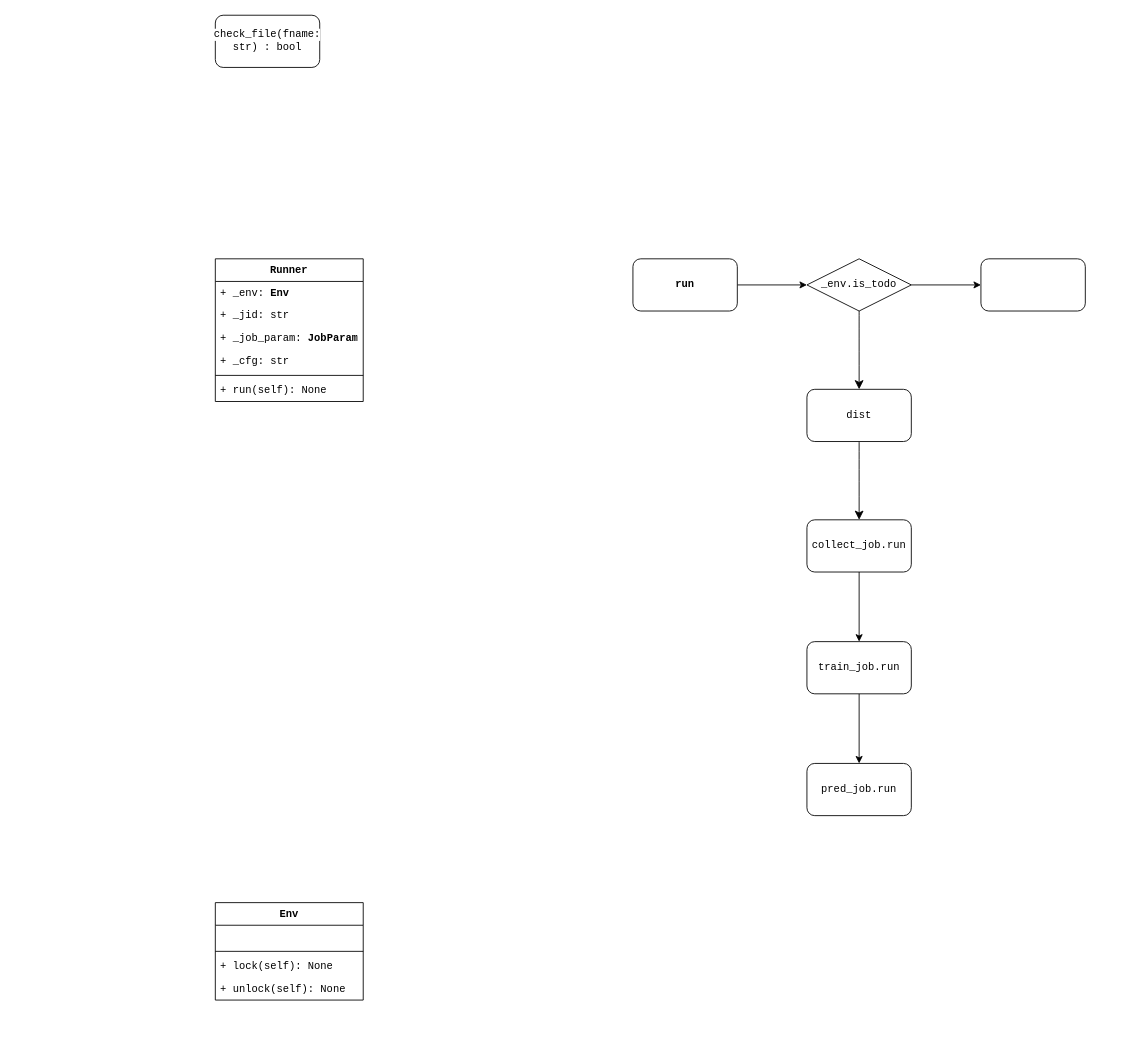
Above: tongdengfund/ppl.drawio in mistyeye11/drawio (draw.io), before the change. Source tidied: cells renumbered, new cells numbered last; positions are measured from the earlier drawing's top-left corner, leaving out a move shared by most shapes. Both pictures are drawn from the tidied source at 87%, with x=0, y=0 at pixel (215, 15).
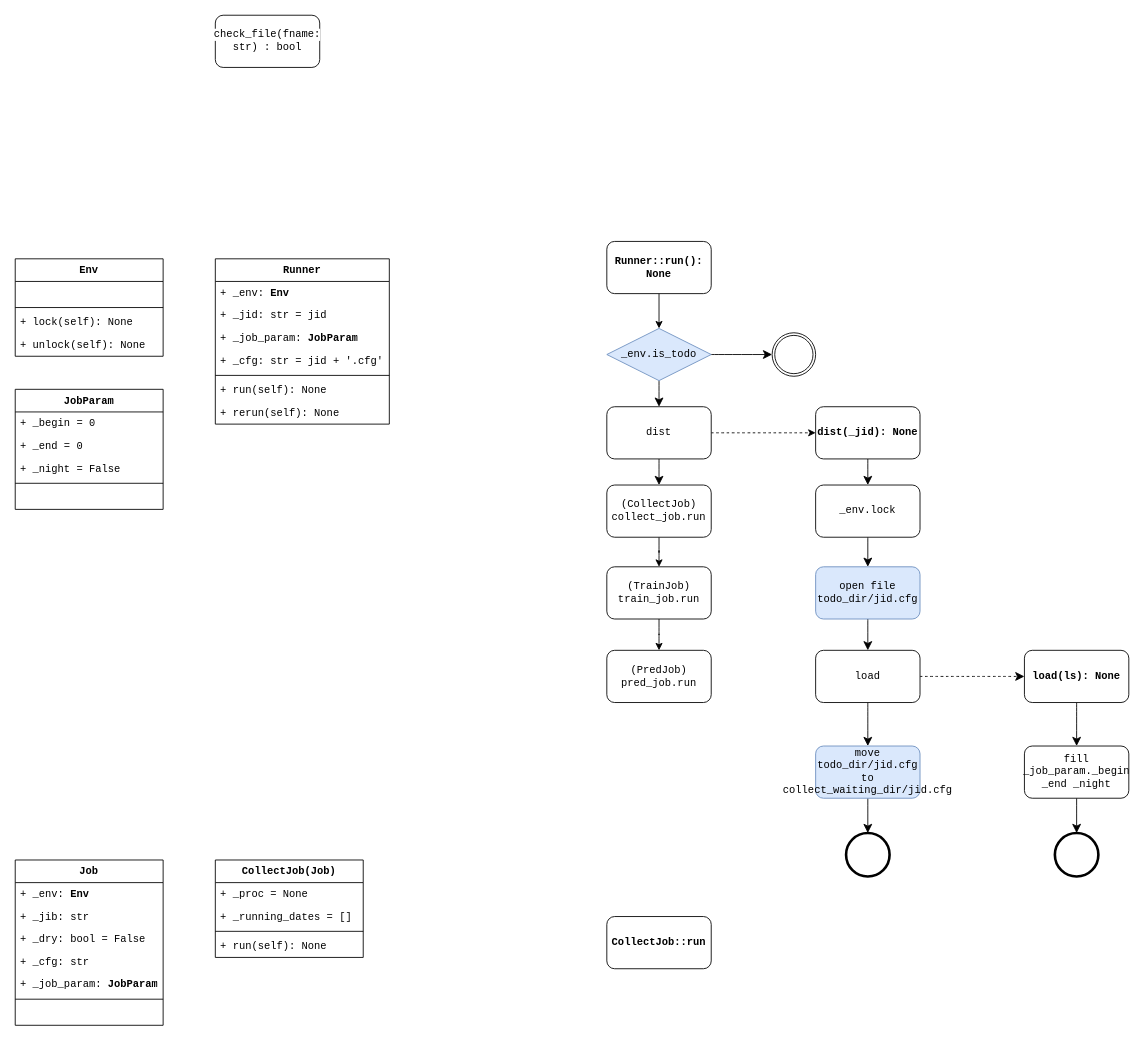
Above is the later version.

What changed in the source:
```diff
@@
-    <mxCell id="3" value="run" style="rounded=1;whiteSpace=wrap;html=1;fontFamily=Courier New;fontStyle=1;strokeColor=default;align=center;verticalAlign=middle;fontSize=12;fontColor=default;fillColor=default;" parent="1" vertex="1">
-      <mxGeometry x="480" y="280" width="120" height="60" as="geometry" />
+    <mxCell id="3" value="Runner::run(): None" style="rounded=1;whiteSpace=wrap;html=1;fontFamily=Courier New;fontStyle=1;strokeColor=default;align=center;verticalAlign=middle;fontSize=12;fontColor=default;fillColor=default;" parent="1" vertex="1">
+      <mxGeometry x="450" y="260" width="120" height="60" as="geometry" />
     </mxCell>
-    <mxCell id="4" style="edgeStyle=orthogonalEdgeStyle;rounded=1;jettySize=auto;html=1;fontFamily=Courier New;strokeColor=default;align=center;verticalAlign=middle;fontSize=12;fontColor=default;fillColor=default;" parent="1" edge="1" source="6" target="12">
-      <mxGeometry relative="1" as="geometry" />
-    </mxCell>
@@
+    <mxCell id="28" style="edgeStyle=none;curved=1;rounded=0;jettySize=auto;html=1;fontSize=12;startSize=8;endSize=8;" parent="1" edge="1" source="6" target="44">
+      <mxGeometry relative="1" as="geometry" />
+    </mxCell>
-    <mxCell id="6" value="_env.is_todo" style="whiteSpace=wrap;html=1;rounded=0;shape=rhombus;perimeter=rhombusPerimeter;fontFamily=Courier New;strokeColor=default;align=center;verticalAlign=middle;fontSize=12;fontColor=default;fillColor=default;" parent="1" vertex="1">
-      <mxGeometry x="680" y="280" width="120" height="60" as="geometry" />
+    <mxCell id="6" value="&lt;div&gt;_env.is_todo&lt;/div&gt;" style="whiteSpace=wrap;html=1;rounded=0;shape=rhombus;perimeter=rhombusPerimeter;fontFamily=Courier New;strokeColor=#6c8ebf;align=center;verticalAlign=middle;fontSize=12;fillColor=#dae8fc;" parent="1" vertex="1">
+      <mxGeometry x="450" y="360" width="120" height="60" as="geometry" />
     </mxCell>
@@
-    <mxCell id="8" value="&lt;font style=&quot;font-size: 12px;&quot;&gt;collect_job.run&lt;/font&gt;" style="whiteSpace=wrap;html=1;rounded=1;fontFamily=Courier New;strokeColor=default;align=center;verticalAlign=middle;fontSize=12;fontColor=default;fillColor=default;direction=west;" parent="1" vertex="1">
-      <mxGeometry x="680" y="580" width="120" height="60" as="geometry" />
+    <mxCell id="8" value="(CollectJob) &lt;font style=&quot;font-size: 12px;&quot;&gt;collect_job.run&lt;/font&gt;" style="whiteSpace=wrap;html=1;rounded=1;fontFamily=Courier New;strokeColor=default;align=center;verticalAlign=middle;fontSize=12;fontColor=default;fillColor=default;direction=west;" parent="1" vertex="1">
+      <mxGeometry x="450" y="540" width="120" height="60" as="geometry" />
     </mxCell>
@@
-    <mxCell id="10" value="train_job.run" style="whiteSpace=wrap;html=1;rounded=1;fontFamily=Courier New;strokeColor=default;align=center;verticalAlign=middle;fontSize=12;fontColor=default;fillColor=default;" parent="1" vertex="1">
-      <mxGeometry x="680" y="720" width="120" height="60" as="geometry" />
+    <mxCell id="10" value="(TrainJob)&lt;br&gt;&lt;div&gt;train_job.run&lt;/div&gt;" style="whiteSpace=wrap;html=1;rounded=1;fontFamily=Courier New;strokeColor=default;align=center;verticalAlign=middle;fontSize=12;fontColor=default;fillColor=default;" parent="1" vertex="1">
+      <mxGeometry x="450" y="634" width="120" height="60" as="geometry" />
     </mxCell>
-    <mxCell id="11" value="pred_job.run" style="whiteSpace=wrap;html=1;rounded=1;fontFamily=Courier New;strokeColor=default;align=center;verticalAlign=middle;fontSize=12;fontColor=default;fillColor=default;" parent="1" vertex="1">
-      <mxGeometry x="680" y="860" width="120" height="60" as="geometry" />
+    <mxCell id="11" value="&lt;div&gt;(PredJob)&lt;br&gt;&lt;/div&gt;&lt;div&gt;pred_job.run&lt;/div&gt;" style="whiteSpace=wrap;html=1;rounded=1;fontFamily=Courier New;strokeColor=default;align=center;verticalAlign=middle;fontSize=12;fontColor=default;fillColor=default;" parent="1" vertex="1">
+      <mxGeometry x="450" y="730" width="120" height="60" as="geometry" />
     </mxCell>
-    <mxCell id="12" style="whiteSpace=wrap;html=1;fontFamily=Courier New;rounded=1;strokeColor=default;align=center;verticalAlign=middle;fontSize=12;fontColor=default;fillColor=default;" parent="1" vertex="1">
-      <mxGeometry x="880" y="280" width="120" height="60" as="geometry" />
-    </mxCell>
@@
+    <mxCell id="29" style="edgeStyle=none;curved=1;rounded=0;jettySize=auto;html=1;fontSize=12;dashed=1;" parent="1" edge="1" source="15" target="53">
+      <mxGeometry relative="1" as="geometry" />
+    </mxCell>
     <mxCell id="15" value="dist" style="whiteSpace=wrap;html=1;fontSize=12;fontFamily=Courier New;rounded=1;" parent="1" vertex="1">
-      <mxGeometry x="680" y="430" width="120" height="60" as="geometry" />
+      <mxGeometry x="450" y="450" width="120" height="60" as="geometry" />
     </mxCell>
     <mxCell id="16" value="&lt;div style=&quot;font-size: 12px;&quot;&gt;Runner&lt;/div&gt;" style="swimlane;fontStyle=1;align=center;verticalAlign=top;horizontal=1;startSize=26;whiteSpace=wrap;html=1;fontSize=12;fontFamily=Courier New;" parent="1" vertex="1">
-      <mxGeometry y="280" width="170" height="164" as="geometry" />
+      <mxGeometry y="280" width="200" height="190" as="geometry" />
     </mxCell>
     <mxCell id="17" value="+ _env: &lt;b&gt;Env&lt;/b&gt;" style="text;strokeColor=none;fillColor=none;align=left;verticalAlign=top;spacingLeft=4;spacingRight=4;overflow=hidden;whiteSpace=wrap;html=1;fontSize=12;fontFamily=Courier New;" parent="16" vertex="1">
-      <mxGeometry y="26" width="170" height="26" as="geometry" />
+      <mxGeometry y="26" width="200" height="26" as="geometry" />
     </mxCell>
-    <mxCell id="18" value="+ _jid: str" style="text;strokeColor=none;fillColor=none;align=left;verticalAlign=top;spacingLeft=4;spacingRight=4;overflow=hidden;whiteSpace=wrap;html=1;fontSize=12;fontFamily=Courier New;" parent="16" vertex="1">
-      <mxGeometry y="52" width="170" height="26" as="geometry" />
+    <mxCell id="18" value="+ _jid: str = jid" style="text;strokeColor=none;fillColor=none;align=left;verticalAlign=top;spacingLeft=4;spacingRight=4;overflow=hidden;whiteSpace=wrap;html=1;fontSize=12;fontFamily=Courier New;" parent="16" vertex="1">
+      <mxGeometry y="52" width="200" height="26" as="geometry" />
     </mxCell>
     <mxCell id="19" value="+ _job_param: &lt;b&gt;JobParam&lt;/b&gt;" style="text;strokeColor=none;fillColor=none;align=left;verticalAlign=top;spacingLeft=4;spacingRight=4;overflow=hidden;whiteSpace=wrap;html=1;fontSize=12;fontFamily=Courier New;" parent="16" vertex="1">
-      <mxGeometry y="78" width="170" height="26" as="geometry" />
+      <mxGeometry y="78" width="200" height="26" as="geometry" />
     </mxCell>
-    <mxCell id="20" value="+ _cfg: str" style="text;strokeColor=none;fillColor=none;align=left;verticalAlign=top;spacingLeft=4;spacingRight=4;overflow=hidden;whiteSpace=wrap;html=1;fontSize=12;fontFamily=Courier New;" parent="16" vertex="1">
-      <mxGeometry y="104" width="170" height="26" as="geometry" />
+    <mxCell id="20" value="+ _cfg: str = jid + '.cfg'" style="text;strokeColor=none;fillColor=none;align=left;verticalAlign=top;spacingLeft=4;spacingRight=4;overflow=hidden;whiteSpace=wrap;html=1;fontSize=12;fontFamily=Courier New;" parent="16" vertex="1">
+      <mxGeometry y="104" width="200" height="26" as="geometry" />
     </mxCell>
     <mxCell id="21" style="line;strokeWidth=1;fillColor=none;align=left;verticalAlign=middle;spacingTop=-1;spacingLeft=3;spacingRight=3;labelPosition=right;strokeColor=inherit;fontSize=12;fontFamily=Courier New;" parent="16" vertex="1">
-      <mxGeometry y="130" width="170" height="8" as="geometry" />
+      <mxGeometry y="130" width="200" height="8" as="geometry" />
     </mxCell>
     <mxCell id="22" value="+ run(self): None" style="text;strokeColor=none;fillColor=none;align=left;verticalAlign=top;spacingLeft=4;spacingRight=4;overflow=hidden;whiteSpace=wrap;html=1;fontSize=12;fontFamily=Courier New;" parent="16" vertex="1">
-      <mxGeometry y="138" width="170" height="26" as="geometry" />
+      <mxGeometry y="138" width="200" height="26" as="geometry" />
     </mxCell>
+    <mxCell id="30" value="+ rerun(self): None" style="text;strokeColor=none;fillColor=none;align=left;verticalAlign=top;spacingLeft=4;spacingRight=4;overflow=hidden;whiteSpace=wrap;html=1;fontSize=12;fontFamily=Courier New;" parent="16" vertex="1">
+      <mxGeometry y="164" width="200" height="26" as="geometry" />
+    </mxCell>
     <mxCell id="23" value="Env" style="swimlane;fontStyle=1;align=center;verticalAlign=top;horizontal=1;startSize=26;whiteSpace=wrap;html=1;fontSize=12;fontFamily=Courier New;" parent="1" vertex="1">
-      <mxGeometry y="1020" width="170" height="112" as="geometry" />
+      <mxGeometry x="-230" y="280" width="170" height="112" as="geometry" />
     </mxCell>
@@
+    <mxCell id="31" value="CollectJob(Job)" style="swimlane;fontStyle=1;align=center;verticalAlign=top;horizontal=1;startSize=26;whiteSpace=wrap;html=1;fontSize=12;fontFamily=Courier New;" parent="1" vertex="1">
+      <mxGeometry y="971" width="170" height="112" as="geometry" />
+    </mxCell>
+    <mxCell id="32" value="+ _proc = None" style="text;strokeColor=none;fillColor=none;align=left;verticalAlign=top;spacingLeft=4;spacingRight=4;overflow=hidden;whiteSpace=wrap;html=1;fontSize=12;fontFamily=Courier New;" parent="31" vertex="1">
+      <mxGeometry y="26" width="170" height="26" as="geometry" />
+    </mxCell>
+    <mxCell id="33" value="+ _running_dates = []" style="text;strokeColor=none;fillColor=none;align=left;verticalAlign=top;spacingLeft=4;spacingRight=4;overflow=hidden;whiteSpace=wrap;html=1;fontSize=12;fontFamily=Courier New;" parent="31" vertex="1">
+      <mxGeometry y="52" width="170" height="26" as="geometry" />
+    </mxCell>
+    <mxCell id="34" style="line;strokeWidth=1;fillColor=none;align=left;verticalAlign=middle;spacingTop=-1;spacingLeft=3;spacingRight=3;labelPosition=right;strokeColor=inherit;fontSize=12;fontFamily=Courier New;" parent="31" vertex="1">
+      <mxGeometry y="78" width="170" height="8" as="geometry" />
+    </mxCell>
+    <mxCell id="35" value="+ run(self): None" style="text;strokeColor=none;fillColor=none;align=left;verticalAlign=top;spacingLeft=4;spacingRight=4;overflow=hidden;whiteSpace=wrap;html=1;fontSize=12;fontFamily=Courier New;" parent="31" vertex="1">
+      <mxGeometry y="86" width="170" height="26" as="geometry" />
+    </mxCell>
+    <mxCell id="36" value="Job" style="swimlane;fontStyle=1;align=center;verticalAlign=top;horizontal=1;startSize=26;whiteSpace=wrap;html=1;fontSize=12;fontFamily=Courier New;" parent="1" vertex="1">
+      <mxGeometry x="-230" y="971" width="170" height="190" as="geometry" />
+    </mxCell>
+    <mxCell id="37" value="+ _env: &lt;b&gt;Env&lt;/b&gt;" style="text;strokeColor=none;fillColor=none;align=left;verticalAlign=top;spacingLeft=4;spacingRight=4;overflow=hidden;whiteSpace=wrap;html=1;fontSize=12;fontFamily=Courier New;" parent="36" vertex="1">
+      <mxGeometry y="26" width="170" height="26" as="geometry" />
+    </mxCell>
+    <mxCell id="38" value="+ _jib: str" style="text;strokeColor=none;fillColor=none;align=left;verticalAlign=top;spacingLeft=4;spacingRight=4;overflow=hidden;whiteSpace=wrap;html=1;fontSize=12;fontFamily=Courier New;" parent="36" vertex="1">
+      <mxGeometry y="52" width="170" height="26" as="geometry" />
+    </mxCell>
+    <mxCell id="39" value="+ _dry: bool = False" style="text;strokeColor=none;fillColor=none;align=left;verticalAlign=top;spacingLeft=4;spacingRight=4;overflow=hidden;whiteSpace=wrap;html=1;fontSize=12;fontFamily=Courier New;" parent="36" vertex="1">
+      <mxGeometry y="78" width="170" height="26" as="geometry" />
+    </mxCell>
+    <mxCell id="40" value="+ _cfg:&amp;nbsp;str" style="text;strokeColor=none;fillColor=none;align=left;verticalAlign=top;spacingLeft=4;spacingRight=4;overflow=hidden;whiteSpace=wrap;html=1;fontSize=12;fontFamily=Courier New;" parent="36" vertex="1">
+      <mxGeometry y="104" width="170" height="26" as="geometry" />
+    </mxCell>
+    <mxCell id="41" value="+ _job_param: &lt;b&gt;JobParam&lt;/b&gt;" style="text;strokeColor=none;fillColor=none;align=left;verticalAlign=top;spacingLeft=4;spacingRight=4;overflow=hidden;whiteSpace=wrap;html=1;fontSize=12;fontFamily=Courier New;" parent="36" vertex="1">
+      <mxGeometry y="130" width="170" height="26" as="geometry" />
+    </mxCell>
+    <mxCell id="42" style="line;strokeWidth=1;fillColor=none;align=left;verticalAlign=middle;spacingTop=-1;spacingLeft=3;spacingRight=3;labelPosition=right;strokeColor=inherit;fontSize=12;fontFamily=Courier New;" parent="36" vertex="1">
+      <mxGeometry y="156" width="170" height="8" as="geometry" />
+    </mxCell>
+    <mxCell id="43" value="&amp;nbsp;" style="text;strokeColor=none;fillColor=none;align=left;verticalAlign=top;spacingLeft=4;spacingRight=4;overflow=hidden;whiteSpace=wrap;html=1;fontSize=12;fontFamily=Courier New;" parent="36" vertex="1">
+      <mxGeometry y="164" width="170" height="26" as="geometry" />
+    </mxCell>
+    <mxCell id="44" style="points=[[0.145,0.145,0],[0.5,0,0],[0.855,0.145,0],[1,0.5,0],[0.855,0.855,0],[0.5,1,0],[0.145,0.855,0],[0,0.5,0]];shape=mxgraph.bpmn.event;html=1;verticalLabelPosition=bottom;labelBackgroundColor=#ffffff;verticalAlign=top;align=center;perimeter=ellipsePerimeter;outlineConnect=0;outline=throwing;symbol=general;" parent="1" vertex="1">
+      <mxGeometry x="640" y="365" width="50" height="50" as="geometry" />
+    </mxCell>
+    <mxCell id="45" value="CollectJob::run" style="rounded=1;whiteSpace=wrap;html=1;fontFamily=Courier New;fontStyle=1;strokeColor=default;align=center;verticalAlign=middle;fontSize=12;fontColor=default;fillColor=default;" parent="1" vertex="1">
+      <mxGeometry x="450" y="1036" width="120" height="60" as="geometry" />
+    </mxCell>
+    <mxCell id="46" value="JobParam" style="swimlane;fontStyle=1;align=center;verticalAlign=top;horizontal=1;startSize=26;whiteSpace=wrap;html=1;fontSize=12;fontFamily=Courier New;" parent="1" vertex="1">
+      <mxGeometry x="-230" y="430" width="170" height="138" as="geometry" />
+    </mxCell>
+    <mxCell id="47" value="+ _begin = 0" style="text;strokeColor=none;fillColor=none;align=left;verticalAlign=top;spacingLeft=4;spacingRight=4;overflow=hidden;whiteSpace=wrap;html=1;fontSize=12;fontFamily=Courier New;" parent="46" vertex="1">
+      <mxGeometry y="26" width="170" height="26" as="geometry" />
+    </mxCell>
+    <mxCell id="48" value="+ _end = 0" style="text;strokeColor=none;fillColor=none;align=left;verticalAlign=top;spacingLeft=4;spacingRight=4;overflow=hidden;whiteSpace=wrap;html=1;fontSize=12;fontFamily=Courier New;" parent="46" vertex="1">
+      <mxGeometry y="52" width="170" height="26" as="geometry" />
+    </mxCell>
+    <mxCell id="49" value="+ _night = False" style="text;strokeColor=none;fillColor=none;align=left;verticalAlign=top;spacingLeft=4;spacingRight=4;overflow=hidden;whiteSpace=wrap;html=1;fontSize=12;fontFamily=Courier New;" parent="46" vertex="1">
+      <mxGeometry y="78" width="170" height="26" as="geometry" />
+    </mxCell>
+    <mxCell id="50" style="line;strokeWidth=1;fillColor=none;align=left;verticalAlign=middle;spacingTop=-1;spacingLeft=3;spacingRight=3;labelPosition=right;strokeColor=inherit;fontSize=12;fontFamily=Courier New;" parent="46" vertex="1">
+      <mxGeometry y="104" width="170" height="8" as="geometry" />
+    </mxCell>
+    <mxCell id="51" value="&amp;nbsp;" style="text;strokeColor=none;fillColor=none;align=left;verticalAlign=top;spacingLeft=4;spacingRight=4;overflow=hidden;whiteSpace=wrap;html=1;fontSize=12;fontFamily=Courier New;" parent="46" vertex="1">
+      <mxGeometry y="112" width="170" height="26" as="geometry" />
+    </mxCell>
+    <mxCell id="52" style="edgeStyle=none;curved=1;rounded=0;jettySize=auto;html=1;fontSize=12;startSize=8;endSize=8;" parent="1" edge="1" source="53" target="55">
+      <mxGeometry relative="1" as="geometry" />
+    </mxCell>
+    <mxCell id="53" value="dist(_jid): None" style="whiteSpace=wrap;html=1;fontFamily=Courier New;rounded=1;fontStyle=1;" parent="1" vertex="1">
+      <mxGeometry x="690" y="450" width="120" height="60" as="geometry" />
+    </mxCell>
+    <mxCell id="54" style="edgeStyle=none;curved=1;rounded=0;jettySize=auto;html=1;fontSize=12;startSize=8;endSize=8;" parent="1" edge="1" source="55" target="57">
+      <mxGeometry relative="1" as="geometry" />
+    </mxCell>
+    <mxCell id="55" value="_env.lock" style="whiteSpace=wrap;html=1;fontFamily=Courier New;rounded=1;" parent="1" vertex="1">
+      <mxGeometry x="690" y="540" width="120" height="60" as="geometry" />
+    </mxCell>
+    <mxCell id="56" style="edgeStyle=none;curved=1;rounded=0;jettySize=auto;html=1;fontSize=12;startSize=8;endSize=8;" parent="1" edge="1" source="57" target="60">
+      <mxGeometry relative="1" as="geometry" />
+    </mxCell>
+    <mxCell id="57" value="open file todo_dir/jid.cfg" style="whiteSpace=wrap;html=1;fontFamily=Courier New;rounded=1;fillColor=#dae8fc;strokeColor=#6c8ebf;" parent="1" vertex="1">
+      <mxGeometry x="690" y="634" width="120" height="60" as="geometry" />
+    </mxCell>
+    <mxCell id="58" style="edgeStyle=none;curved=1;rounded=0;jettySize=auto;html=1;fontSize=12;startSize=8;endSize=8;dashed=1;" parent="1" edge="1" source="60" target="62">
+      <mxGeometry relative="1" as="geometry" />
+    </mxCell>
+    <mxCell id="59" style="edgeStyle=none;curved=1;rounded=0;jettySize=auto;html=1;fontSize=12;startSize=8;endSize=8;" parent="1" edge="1" source="60" target="66">
+      <mxGeometry relative="1" as="geometry" />
+    </mxCell>
+    <mxCell id="60" value="load" style="whiteSpace=wrap;html=1;fontFamily=Courier New;rounded=1;" parent="1" vertex="1">
+      <mxGeometry x="690" y="730" width="120" height="60" as="geometry" />
+    </mxCell>
+    <mxCell id="61" style="edgeStyle=none;curved=1;rounded=0;jettySize=auto;html=1;fontSize=12;startSize=8;endSize=8;" parent="1" edge="1" source="62" target="64">
+      <mxGeometry relative="1" as="geometry" />
+    </mxCell>
+    <mxCell id="62" value="load(ls): None" style="whiteSpace=wrap;html=1;fontFamily=Courier New;rounded=1;fontStyle=1;" parent="1" vertex="1">
+      <mxGeometry x="930" y="730" width="120" height="60" as="geometry" />
+    </mxCell>
+    <mxCell id="63" style="edgeStyle=none;curved=1;rounded=0;jettySize=auto;html=1;fontSize=12;startSize=8;endSize=8;" parent="1" edge="1" source="64" target="67">
+      <mxGeometry relative="1" as="geometry" />
+    </mxCell>
+    <mxCell id="64" value="fill _job_param._begin _end _night" style="whiteSpace=wrap;html=1;fontFamily=Courier New;rounded=1;fontStyle=0;" parent="1" vertex="1">
+      <mxGeometry x="930" y="840" width="120" height="60" as="geometry" />
+    </mxCell>
+    <mxCell id="65" style="edgeStyle=none;curved=1;rounded=0;jettySize=auto;html=1;fontSize=12;startSize=8;endSize=8;" parent="1" edge="1" source="66" target="68">
+      <mxGeometry relative="1" as="geometry" />
+    </mxCell>
+    <mxCell id="66" value="&lt;div&gt;move&lt;/div&gt;&lt;div&gt;todo_dir/jid.cfg&lt;/div&gt;&lt;div&gt;to&lt;/div&gt;&lt;div&gt;collect_waiting_dir/jid.cfg&lt;br&gt;&lt;/div&gt;" style="whiteSpace=wrap;html=1;fontFamily=Courier New;rounded=1;fillColor=#dae8fc;strokeColor=#6c8ebf;" parent="1" vertex="1">
+      <mxGeometry x="690" y="840" width="120" height="60" as="geometry" />
+    </mxCell>
+    <mxCell id="67" style="points=[[0.145,0.145,0],[0.5,0,0],[0.855,0.145,0],[1,0.5,0],[0.855,0.855,0],[0.5,1,0],[0.145,0.855,0],[0,0.5,0]];shape=mxgraph.bpmn.event;html=1;verticalLabelPosition=bottom;labelBackgroundColor=#ffffff;verticalAlign=top;align=center;perimeter=ellipsePerimeter;outlineConnect=0;outline=end;symbol=terminate2;" parent="1" vertex="1">
+      <mxGeometry x="965" y="940" width="50" height="50" as="geometry" />
+    </mxCell>
+    <mxCell id="68" style="points=[[0.145,0.145,0],[0.5,0,0],[0.855,0.145,0],[1,0.5,0],[0.855,0.855,0],[0.5,1,0],[0.145,0.855,0],[0,0.5,0]];shape=mxgraph.bpmn.event;html=1;verticalLabelPosition=bottom;labelBackgroundColor=#ffffff;verticalAlign=top;align=center;perimeter=ellipsePerimeter;outlineConnect=0;outline=end;symbol=terminate2;" parent="1" vertex="1">
+      <mxGeometry x="725" y="940" width="50" height="50" as="geometry" />
+    </mxCell>
```
